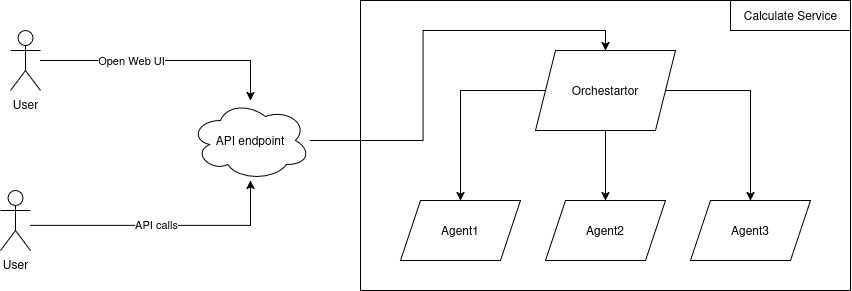
Earlier version of the draw.io export docs/arch.png (Zam62/go-final-task). Source tidied: cells renumbered, new cells last; positions are measured from the earlier drawing's top-left corner, leaving out a move shared by most shapes. The source it was exported from:
```xml
<mxGraphModel>
  <root>
    <mxCell id="0" />
    <mxCell id="1" parent="0" />
    <mxCell id="2" style="rounded=0;whiteSpace=wrap;html=1;" parent="1" vertex="1">
      <mxGeometry x="360" width="490" height="290" as="geometry" />
    </mxCell>
    <mxCell id="3" style="edgeStyle=orthogonalEdgeStyle;rounded=0;jettySize=auto;html=1;entryX=0.5;entryY=0;entryDx=0;entryDy=0;" parent="1" edge="1" source="4" target="16">
      <mxGeometry relative="1" as="geometry" />
    </mxCell>
    <mxCell id="4" value="API endpoint" style="ellipse;shape=cloud;whiteSpace=wrap;html=1;" parent="1" vertex="1">
      <mxGeometry x="190" y="100" width="120" height="80" as="geometry" />
    </mxCell>
    <mxCell id="5" style="edgeStyle=orthogonalEdgeStyle;rounded=0;jettySize=auto;html=1;" parent="1" edge="1" target="4">
      <mxGeometry relative="1" as="geometry">
        <mxPoint x="30" y="225" as="sourcePoint" />
        <Array as="points">
          <mxPoint x="250" y="225" />
        </Array>
      </mxGeometry>
    </mxCell>
    <mxCell id="6" value="API calls" style="edgeLabel;html=1;align=center;verticalAlign=middle;" parent="5" vertex="1">
      <mxGeometry x="-0.05" y="2" relative="1" as="geometry" />
    </mxCell>
    <mxCell id="7" value="User" style="shape=umlActor;verticalLabelPosition=bottom;verticalAlign=top;html=1;outlineConnect=0;" parent="1" vertex="1">
      <mxGeometry y="190" width="30" height="60" as="geometry" />
    </mxCell>
    <mxCell id="8" style="edgeStyle=orthogonalEdgeStyle;rounded=0;jettySize=auto;html=1;" parent="1" edge="1" source="10" target="4">
      <mxGeometry relative="1" as="geometry">
        <Array as="points">
          <mxPoint x="250" y="60" />
        </Array>
      </mxGeometry>
    </mxCell>
    <mxCell id="9" value="Open Web UI" style="edgeLabel;html=1;align=center;verticalAlign=middle;" parent="8" vertex="1">
      <mxGeometry x="-0.28" y="1" relative="1" as="geometry" />
    </mxCell>
    <mxCell id="10" value="User" style="shape=umlActor;verticalLabelPosition=bottom;verticalAlign=top;html=1;outlineConnect=0;" parent="1" vertex="1">
      <mxGeometry x="10" y="30" width="30" height="60" as="geometry" />
    </mxCell>
    <mxCell id="11" value="Agent3" style="shape=parallelogram;perimeter=parallelogramPerimeter;whiteSpace=wrap;html=1;fixedSize=1;" parent="1" vertex="1">
      <mxGeometry x="690" y="200" width="120" height="60" as="geometry" />
    </mxCell>
    <mxCell id="12" value="Calculate Service" style="text;html=1;align=center;verticalAlign=middle;strokeColor=default;fillColor=none;" parent="1" vertex="1">
      <mxGeometry x="730" width="120" height="30" as="geometry" />
    </mxCell>
    <mxCell id="13" style="edgeStyle=orthogonalEdgeStyle;rounded=0;jettySize=auto;html=1;" parent="1" edge="1" source="16" target="17">
      <mxGeometry relative="1" as="geometry" />
    </mxCell>
    <mxCell id="14" style="edgeStyle=orthogonalEdgeStyle;rounded=0;jettySize=auto;html=1;" parent="1" edge="1" source="16" target="18">
      <mxGeometry relative="1" as="geometry" />
    </mxCell>
    <mxCell id="15" style="edgeStyle=orthogonalEdgeStyle;rounded=0;jettySize=auto;html=1;" parent="1" edge="1" source="16" target="11">
      <mxGeometry relative="1" as="geometry" />
    </mxCell>
    <mxCell id="16" value="Orchestartor" style="shape=parallelogram;perimeter=parallelogramPerimeter;whiteSpace=wrap;html=1;fixedSize=1;" parent="1" vertex="1">
      <mxGeometry x="535" y="50" width="140" height="80" as="geometry" />
    </mxCell>
    <mxCell id="17" value="Agent1" style="shape=parallelogram;perimeter=parallelogramPerimeter;whiteSpace=wrap;html=1;fixedSize=1;" parent="1" vertex="1">
      <mxGeometry x="400" y="200" width="120" height="60" as="geometry" />
    </mxCell>
    <mxCell id="18" value="Agent2" style="shape=parallelogram;perimeter=parallelogramPerimeter;whiteSpace=wrap;html=1;fixedSize=1;" parent="1" vertex="1">
      <mxGeometry x="545" y="200" width="120" height="60" as="geometry" />
    </mxCell>
  </root>
</mxGraphModel>
```
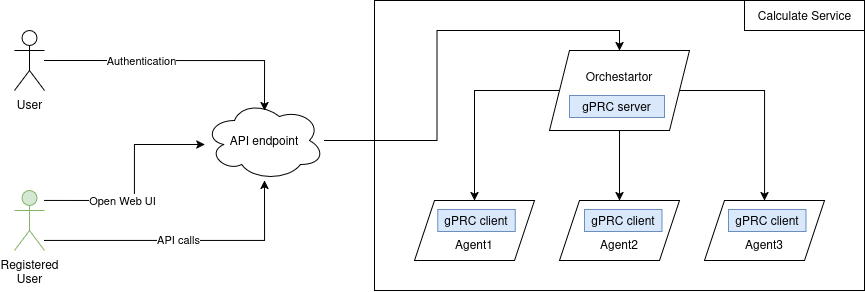
The same diagram one commit later.

What changed in the source:
```diff
@@ -11,24 +11,25 @@
     <mxCell id="4" value="API endpoint" style="ellipse;shape=cloud;whiteSpace=wrap;html=1;" parent="1" vertex="1">
       <mxGeometry x="190" y="100" width="120" height="80" as="geometry" />
     </mxCell>
-    <mxCell id="5" style="edgeStyle=orthogonalEdgeStyle;rounded=0;jettySize=auto;html=1;" parent="1" edge="1" target="4">
+    <mxCell id="5" style="edgeStyle=orthogonalEdgeStyle;rounded=0;jettySize=auto;html=1;" parent="1" edge="1" source="7" target="4">
       <mxGeometry relative="1" as="geometry">
-        <mxPoint x="30" y="225" as="sourcePoint" />
         <Array as="points">
-          <mxPoint x="250" y="225" />
+          <mxPoint x="250" y="240" />
         </Array>
       </mxGeometry>
     </mxCell>
     <mxCell id="6" value="API calls" style="edgeLabel;html=1;align=center;verticalAlign=middle;" parent="5" vertex="1">
       <mxGeometry x="-0.05" y="2" relative="1" as="geometry" />
     </mxCell>
-    <mxCell id="7" value="User" style="shape=umlActor;verticalLabelPosition=bottom;verticalAlign=top;html=1;outlineConnect=0;" parent="1" vertex="1">
+    <mxCell id="7" value="Registered&lt;br&gt;User" style="shape=umlActor;verticalLabelPosition=bottom;verticalAlign=top;html=1;outlineConnect=0;fillColor=#d5e8d4;strokeColor=#82b366;" parent="1" vertex="1">
       <mxGeometry y="190" width="30" height="60" as="geometry" />
     </mxCell>
-    <mxCell id="8" style="edgeStyle=orthogonalEdgeStyle;rounded=0;jettySize=auto;html=1;" parent="1" edge="1" source="10" target="4">
+    <mxCell id="8" style="edgeStyle=orthogonalEdgeStyle;rounded=0;jettySize=auto;html=1;" parent="1" edge="1" target="4">
       <mxGeometry relative="1" as="geometry">
+        <mxPoint x="30" y="200" as="sourcePoint" />
         <Array as="points">
-          <mxPoint x="250" y="60" />
+          <mxPoint x="120" y="200" />
+          <mxPoint x="120" y="144" />
         </Array>
       </mxGeometry>
     </mxCell>
@@ -36,9 +37,9 @@
       <mxGeometry x="-0.28" y="1" relative="1" as="geometry" />
     </mxCell>
     <mxCell id="10" value="User" style="shape=umlActor;verticalLabelPosition=bottom;verticalAlign=top;html=1;outlineConnect=0;" parent="1" vertex="1">
-      <mxGeometry x="10" y="30" width="30" height="60" as="geometry" />
+      <mxGeometry y="30" width="30" height="60" as="geometry" />
     </mxCell>
-    <mxCell id="11" value="Agent3" style="shape=parallelogram;perimeter=parallelogramPerimeter;whiteSpace=wrap;html=1;fixedSize=1;" parent="1" vertex="1">
+    <mxCell id="11" value="&lt;div&gt;&lt;br&gt;&lt;/div&gt;&lt;div&gt;&lt;br&gt;&lt;/div&gt;&lt;div&gt;&lt;br&gt;Agent3&lt;/div&gt;&lt;div&gt;&lt;br&gt;&lt;/div&gt;" style="shape=parallelogram;perimeter=parallelogramPerimeter;whiteSpace=wrap;html=1;fixedSize=1;" parent="1" vertex="1">
       <mxGeometry x="690" y="200" width="120" height="60" as="geometry" />
     </mxCell>
     <mxCell id="12" value="Calculate Service" style="text;html=1;align=center;verticalAlign=middle;strokeColor=default;fillColor=none;" parent="1" vertex="1">
@@ -53,14 +54,38 @@
     <mxCell id="15" style="edgeStyle=orthogonalEdgeStyle;rounded=0;jettySize=auto;html=1;" parent="1" edge="1" source="16" target="11">
       <mxGeometry relative="1" as="geometry" />
     </mxCell>
-    <mxCell id="16" value="Orchestartor" style="shape=parallelogram;perimeter=parallelogramPerimeter;whiteSpace=wrap;html=1;fixedSize=1;" parent="1" vertex="1">
+    <mxCell id="16" value="&lt;div&gt;Orchestartor&lt;/div&gt;&lt;div&gt;&lt;br&gt;&lt;/div&gt;&lt;div&gt;&lt;br&gt;&lt;/div&gt;" style="shape=parallelogram;perimeter=parallelogramPerimeter;whiteSpace=wrap;html=1;fixedSize=1;" parent="1" vertex="1">
       <mxGeometry x="535" y="50" width="140" height="80" as="geometry" />
     </mxCell>
-    <mxCell id="17" value="Agent1" style="shape=parallelogram;perimeter=parallelogramPerimeter;whiteSpace=wrap;html=1;fixedSize=1;" parent="1" vertex="1">
+    <mxCell id="17" value="&lt;div&gt;&lt;br&gt;&lt;/div&gt;&lt;div&gt;&lt;br&gt;&lt;/div&gt;&lt;div&gt;&lt;br&gt;&lt;/div&gt;&lt;div&gt;Agent1&lt;/div&gt;&lt;div&gt;&lt;br&gt;&lt;/div&gt;" style="shape=parallelogram;perimeter=parallelogramPerimeter;whiteSpace=wrap;html=1;fixedSize=1;" parent="1" vertex="1">
       <mxGeometry x="400" y="200" width="120" height="60" as="geometry" />
     </mxCell>
-    <mxCell id="18" value="Agent2" style="shape=parallelogram;perimeter=parallelogramPerimeter;whiteSpace=wrap;html=1;fixedSize=1;" parent="1" vertex="1">
+    <mxCell id="18" value="&lt;div&gt;&lt;br&gt;&lt;/div&gt;&lt;div&gt;&lt;br&gt;&lt;/div&gt;&lt;div&gt;&lt;br&gt;&lt;/div&gt;&lt;div&gt;Agent2&lt;/div&gt;&lt;div&gt;&lt;br&gt;&lt;/div&gt;" style="shape=parallelogram;perimeter=parallelogramPerimeter;whiteSpace=wrap;html=1;fixedSize=1;" parent="1" vertex="1">
       <mxGeometry x="545" y="200" width="120" height="60" as="geometry" />
     </mxCell>
+    <mxCell id="19" value="gPRC server" style="rounded=0;whiteSpace=wrap;html=1;fillColor=#dae8fc;strokeColor=#6c8ebf;" parent="1" vertex="1">
+      <mxGeometry x="555" y="95" width="95" height="22" as="geometry" />
+    </mxCell>
+    <mxCell id="20" value="gPRC client" style="rounded=0;whiteSpace=wrap;html=1;fillColor=#dae8fc;strokeColor=#6c8ebf;" parent="1" vertex="1">
+      <mxGeometry x="423.2" y="209" width="77.5" height="22" as="geometry" />
+    </mxCell>
+    <mxCell id="21" value="gPRC client" style="rounded=0;whiteSpace=wrap;html=1;fillColor=#dae8fc;strokeColor=#6c8ebf;" parent="1" vertex="1">
+      <mxGeometry x="570" y="209" width="77.5" height="22" as="geometry" />
+    </mxCell>
+    <mxCell id="22" value="gPRC client" style="rounded=0;whiteSpace=wrap;html=1;fillColor=#dae8fc;strokeColor=#6c8ebf;" parent="1" vertex="1">
+      <mxGeometry x="714" y="209" width="77.5" height="22" as="geometry" />
+    </mxCell>
+    <mxCell id="23" style="edgeStyle=orthogonalEdgeStyle;rounded=0;orthogonalLoop=1;jettySize=auto;html=1;" parent="1" edge="1">
+      <mxGeometry relative="1" as="geometry">
+        <mxPoint x="30" y="60" as="sourcePoint" />
+        <mxPoint x="250" y="110" as="targetPoint" />
+        <Array as="points">
+          <mxPoint x="250" y="60" />
+        </Array>
+      </mxGeometry>
+    </mxCell>
+    <mxCell id="24" value="Authentication " style="edgeLabel;html=1;align=center;verticalAlign=middle;" parent="23" vertex="1">
+      <mxGeometry x="-0.28" y="1" relative="1" as="geometry" />
+    </mxCell>
   </root>
 </mxGraphModel>
```
